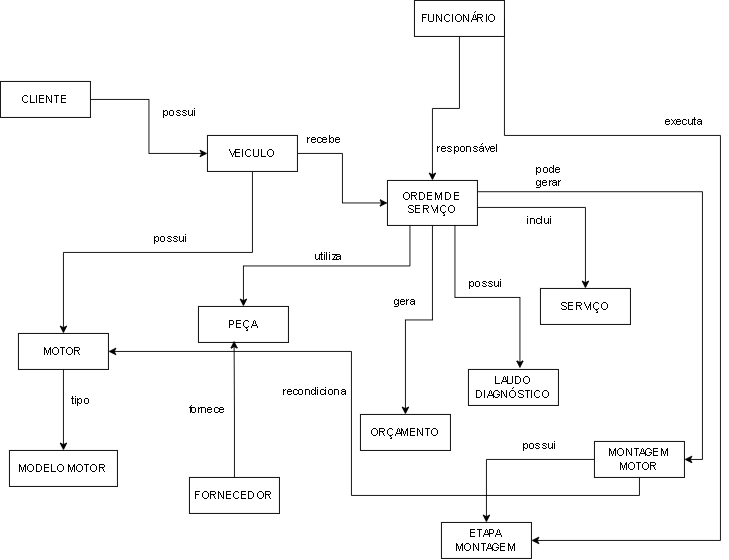
Earlier version of the draw.io export docs/database/diagrams/01-diagrama-simples.png (Tittozo/Project-FeioDiesel). Source tidied: cells renumbered, new cells last; positions are measured from the earlier drawing's top-left corner, leaving out a move shared by most shapes. The source it was exported from:
```xml
<mxGraphModel>
  <root>
    <mxCell id="0" />
    <mxCell id="1" parent="0" />
    <mxCell id="2" style="edgeStyle=orthogonalEdgeStyle;rounded=0;jettySize=auto;html=1;entryX=0;entryY=0.5;entryDx=0;entryDy=0;" parent="1" edge="1" source="3" target="6">
      <mxGeometry relative="1" as="geometry" />
    </mxCell>
    <mxCell id="3" value="CLIENTE" style="whiteSpace=wrap;html=1;align=center;" parent="1" vertex="1">
      <mxGeometry y="90" width="100" height="40" as="geometry" />
    </mxCell>
    <mxCell id="4" style="edgeStyle=orthogonalEdgeStyle;rounded=0;jettySize=auto;html=1;entryX=0;entryY=0.5;entryDx=0;entryDy=0;" parent="1" edge="1" source="6" target="11">
      <mxGeometry relative="1" as="geometry" />
    </mxCell>
    <mxCell id="5" style="edgeStyle=orthogonalEdgeStyle;rounded=0;jettySize=auto;html=1;exitX=0.5;exitY=1;exitDx=0;exitDy=0;entryX=0.5;entryY=0;entryDx=0;entryDy=0;" parent="1" edge="1" source="6" target="23">
      <mxGeometry relative="1" as="geometry" />
    </mxCell>
    <mxCell id="6" value="VEICULO" style="whiteSpace=wrap;html=1;align=center;" parent="1" vertex="1">
      <mxGeometry x="230" y="150" width="100" height="40" as="geometry" />
    </mxCell>
    <mxCell id="7" style="edgeStyle=orthogonalEdgeStyle;rounded=0;jettySize=auto;html=1;exitX=0.25;exitY=1;exitDx=0;exitDy=0;" parent="1" edge="1" source="11" target="16">
      <mxGeometry relative="1" as="geometry" />
    </mxCell>
    <mxCell id="8" style="edgeStyle=orthogonalEdgeStyle;rounded=0;orthogonalLoop=1;jettySize=auto;html=1;exitX=0.5;exitY=1;exitDx=0;exitDy=0;entryX=0.5;entryY=0;entryDx=0;entryDy=0;" parent="1" edge="1">
      <mxGeometry relative="1" as="geometry">
        <mxPoint x="470" y="230" as="sourcePoint" />
        <mxPoint x="650" y="320" as="targetPoint" />
      </mxGeometry>
    </mxCell>
    <mxCell id="9" style="edgeStyle=orthogonalEdgeStyle;rounded=0;jettySize=auto;html=1;exitX=0.5;exitY=1;exitDx=0;exitDy=0;entryX=0.5;entryY=0;entryDx=0;entryDy=0;" parent="1" edge="1" source="11" target="27">
      <mxGeometry relative="1" as="geometry" />
    </mxCell>
    <mxCell id="10" style="edgeStyle=orthogonalEdgeStyle;rounded=0;jettySize=auto;html=1;exitX=1;exitY=0.25;exitDx=0;exitDy=0;entryX=1;entryY=0.5;entryDx=0;entryDy=0;" parent="1" edge="1" source="11" target="34">
      <mxGeometry relative="1" as="geometry" />
    </mxCell>
    <mxCell id="11" value="ORDEM DE SERVIÇO" style="whiteSpace=wrap;html=1;align=center;" parent="1" vertex="1">
      <mxGeometry x="430" y="200" width="100" height="50" as="geometry" />
    </mxCell>
    <mxCell id="12" value="possui" style="text;html=1;whiteSpace=wrap;strokeColor=none;fillColor=none;align=center;verticalAlign=middle;rounded=0;" parent="1" vertex="1">
      <mxGeometry x="170" y="110" width="60" height="30" as="geometry" />
    </mxCell>
    <mxCell id="13" value="recebe" style="text;html=1;whiteSpace=wrap;strokeColor=none;fillColor=none;align=center;verticalAlign=middle;rounded=0;" parent="1" vertex="1">
      <mxGeometry x="330" y="140" width="60" height="30" as="geometry" />
    </mxCell>
    <mxCell id="14" value="SERVIÇO" style="whiteSpace=wrap;html=1;align=center;" parent="1" vertex="1">
      <mxGeometry x="600" y="320" width="100" height="40" as="geometry" />
    </mxCell>
    <mxCell id="15" value="inclui" style="text;html=1;whiteSpace=wrap;strokeColor=none;fillColor=none;align=center;verticalAlign=middle;rounded=0;" parent="1" vertex="1">
      <mxGeometry x="570" y="230" width="60" height="30" as="geometry" />
    </mxCell>
    <mxCell id="16" value="PEÇA" style="whiteSpace=wrap;html=1;align=center;" parent="1" vertex="1">
      <mxGeometry x="220" y="340" width="100" height="40" as="geometry" />
    </mxCell>
    <mxCell id="17" value="utiliza" style="text;html=1;whiteSpace=wrap;strokeColor=none;fillColor=none;align=center;verticalAlign=middle;rounded=0;" parent="1" vertex="1">
      <mxGeometry x="335" y="270" width="60" height="30" as="geometry" />
    </mxCell>
    <mxCell id="18" style="edgeStyle=orthogonalEdgeStyle;rounded=0;jettySize=auto;html=1;exitX=0.5;exitY=1;exitDx=0;exitDy=0;entryX=0.5;entryY=0;entryDx=0;entryDy=0;" parent="1" edge="1" source="20" target="11">
      <mxGeometry relative="1" as="geometry" />
    </mxCell>
    <mxCell id="19" style="edgeStyle=orthogonalEdgeStyle;rounded=0;jettySize=auto;html=1;exitX=1;exitY=0.5;exitDx=0;exitDy=0;entryX=1;entryY=0.5;entryDx=0;entryDy=0;" parent="1" edge="1" source="20" target="35">
      <mxGeometry relative="1" as="geometry">
        <Array as="points">
          <mxPoint x="560" y="150" />
          <mxPoint x="800" y="150" />
          <mxPoint x="800" y="600" />
        </Array>
      </mxGeometry>
    </mxCell>
    <mxCell id="20" value="FUNCIONÁRIO" style="whiteSpace=wrap;html=1;align=center;" parent="1" vertex="1">
      <mxGeometry x="460" width="100" height="40" as="geometry" />
    </mxCell>
    <mxCell id="21" value="responsável" style="text;html=1;whiteSpace=wrap;strokeColor=none;fillColor=none;align=center;verticalAlign=middle;rounded=0;" parent="1" vertex="1">
      <mxGeometry x="490" y="150" width="60" height="30" as="geometry" />
    </mxCell>
    <mxCell id="22" style="edgeStyle=orthogonalEdgeStyle;rounded=0;jettySize=auto;html=1;exitX=0.5;exitY=1;exitDx=0;exitDy=0;entryX=0.5;entryY=0;entryDx=0;entryDy=0;" parent="1" edge="1" source="23" target="25">
      <mxGeometry relative="1" as="geometry" />
    </mxCell>
    <mxCell id="23" value="MOTOR" style="whiteSpace=wrap;html=1;align=center;" parent="1" vertex="1">
      <mxGeometry x="20" y="370" width="100" height="40" as="geometry" />
    </mxCell>
    <mxCell id="24" value="possui" style="text;html=1;whiteSpace=wrap;strokeColor=none;fillColor=none;align=center;verticalAlign=middle;rounded=0;" parent="1" vertex="1">
      <mxGeometry x="160" y="250" width="60" height="30" as="geometry" />
    </mxCell>
    <mxCell id="25" value="MODELO MOTOR" style="whiteSpace=wrap;html=1;align=center;" parent="1" vertex="1">
      <mxGeometry x="10" y="500" width="120" height="40" as="geometry" />
    </mxCell>
    <mxCell id="26" value="tipo" style="text;html=1;whiteSpace=wrap;strokeColor=none;fillColor=none;align=center;verticalAlign=middle;rounded=0;" parent="1" vertex="1">
      <mxGeometry x="60" y="430" width="60" height="30" as="geometry" />
    </mxCell>
    <mxCell id="27" value="ORÇAMENTO" style="whiteSpace=wrap;html=1;align=center;" parent="1" vertex="1">
      <mxGeometry x="400" y="460" width="100" height="40" as="geometry" />
    </mxCell>
    <mxCell id="28" value="gera" style="text;html=1;whiteSpace=wrap;strokeColor=none;fillColor=none;align=center;verticalAlign=middle;rounded=0;" parent="1" vertex="1">
      <mxGeometry x="420" y="320" width="60" height="30" as="geometry" />
    </mxCell>
    <mxCell id="29" value="LAUDO&lt;div&gt;DIAGNÓSTICO&lt;/div&gt;" style="whiteSpace=wrap;html=1;align=center;" parent="1" vertex="1">
      <mxGeometry x="520" y="410" width="100" height="40" as="geometry" />
    </mxCell>
    <mxCell id="30" style="edgeStyle=orthogonalEdgeStyle;rounded=0;jettySize=auto;html=1;exitX=0.75;exitY=1;exitDx=0;exitDy=0;entryX=0.572;entryY=-0.035;entryDx=0;entryDy=0;entryPerimeter=0;" parent="1" edge="1" source="11" target="29">
      <mxGeometry relative="1" as="geometry" />
    </mxCell>
    <mxCell id="31" value="possui" style="text;html=1;whiteSpace=wrap;strokeColor=none;fillColor=none;align=center;verticalAlign=middle;rounded=0;" parent="1" vertex="1">
      <mxGeometry x="510" y="300" width="60" height="30" as="geometry" />
    </mxCell>
    <mxCell id="32" style="edgeStyle=orthogonalEdgeStyle;rounded=0;jettySize=auto;html=1;exitX=0;exitY=0.5;exitDx=0;exitDy=0;entryX=0.5;entryY=0;entryDx=0;entryDy=0;" parent="1" edge="1" source="34" target="35">
      <mxGeometry relative="1" as="geometry" />
    </mxCell>
    <mxCell id="33" style="edgeStyle=orthogonalEdgeStyle;rounded=0;jettySize=auto;html=1;exitX=0.5;exitY=1;exitDx=0;exitDy=0;entryX=1;entryY=0.5;entryDx=0;entryDy=0;" parent="1" edge="1" source="34" target="23">
      <mxGeometry relative="1" as="geometry" />
    </mxCell>
    <mxCell id="34" value="MONTAGEM&lt;div&gt;MOTOR&lt;/div&gt;" style="whiteSpace=wrap;html=1;align=center;" parent="1" vertex="1">
      <mxGeometry x="660" y="490" width="100" height="40" as="geometry" />
    </mxCell>
    <mxCell id="35" value="ETAPA&lt;div&gt;MONTAGEM&lt;/div&gt;" style="whiteSpace=wrap;html=1;align=center;" parent="1" vertex="1">
      <mxGeometry x="490" y="580" width="100" height="40" as="geometry" />
    </mxCell>
    <mxCell id="36" value="pode gerar" style="text;html=1;whiteSpace=wrap;strokeColor=none;fillColor=none;align=center;verticalAlign=middle;rounded=0;" parent="1" vertex="1">
      <mxGeometry x="580" y="180" width="60" height="30" as="geometry" />
    </mxCell>
    <mxCell id="37" value="possui" style="text;html=1;whiteSpace=wrap;strokeColor=none;fillColor=none;align=center;verticalAlign=middle;rounded=0;" parent="1" vertex="1">
      <mxGeometry x="570" y="480" width="60" height="30" as="geometry" />
    </mxCell>
    <mxCell id="38" value="FORNECEDOR" style="whiteSpace=wrap;html=1;align=center;" parent="1" vertex="1">
      <mxGeometry x="210" y="530" width="100" height="40" as="geometry" />
    </mxCell>
    <mxCell id="39" style="edgeStyle=orthogonalEdgeStyle;rounded=0;jettySize=auto;html=1;exitX=0.5;exitY=0;exitDx=0;exitDy=0;entryX=0.396;entryY=0.955;entryDx=0;entryDy=0;entryPerimeter=0;" parent="1" edge="1" source="38" target="16">
      <mxGeometry relative="1" as="geometry" />
    </mxCell>
    <mxCell id="40" value="fornece" style="text;html=1;whiteSpace=wrap;strokeColor=none;fillColor=none;align=center;verticalAlign=middle;rounded=0;" parent="1" vertex="1">
      <mxGeometry x="200" y="440" width="60" height="30" as="geometry" />
    </mxCell>
    <mxCell id="41" value="executa" style="text;html=1;whiteSpace=wrap;strokeColor=none;fillColor=none;align=center;verticalAlign=middle;rounded=0;" parent="1" vertex="1">
      <mxGeometry x="730" y="120" width="60" height="30" as="geometry" />
    </mxCell>
    <mxCell id="42" value="recondiciona" style="text;html=1;whiteSpace=wrap;strokeColor=none;fillColor=none;align=center;verticalAlign=middle;rounded=0;" parent="1" vertex="1">
      <mxGeometry x="320" y="420" width="60" height="30" as="geometry" />
    </mxCell>
  </root>
</mxGraphModel>
```
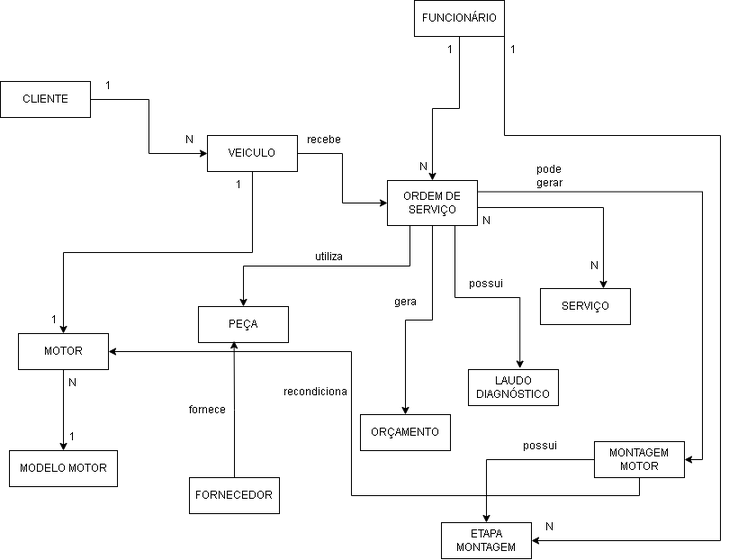
The same file after the commit.

The edit, as a diff of the source:
```diff
@@ -22,8 +22,8 @@
     </mxCell>
     <mxCell id="8" style="edgeStyle=orthogonalEdgeStyle;rounded=0;orthogonalLoop=1;jettySize=auto;html=1;exitX=0.5;exitY=1;exitDx=0;exitDy=0;entryX=0.5;entryY=0;entryDx=0;entryDy=0;" parent="1" edge="1">
       <mxGeometry relative="1" as="geometry">
-        <mxPoint x="470" y="230" as="sourcePoint" />
-        <mxPoint x="650" y="320" as="targetPoint" />
+        <mxPoint x="490" y="230" as="sourcePoint" />
+        <mxPoint x="670" y="320" as="targetPoint" />
       </mxGeometry>
     </mxCell>
     <mxCell id="9" style="edgeStyle=orthogonalEdgeStyle;rounded=0;jettySize=auto;html=1;exitX=0.5;exitY=1;exitDx=0;exitDy=0;entryX=0.5;entryY=0;entryDx=0;entryDy=0;" parent="1" edge="1" source="11" target="27">
@@ -35,18 +35,12 @@
     <mxCell id="11" value="ORDEM DE SERVIÇO" style="whiteSpace=wrap;html=1;align=center;" parent="1" vertex="1">
       <mxGeometry x="430" y="200" width="100" height="50" as="geometry" />
     </mxCell>
-    <mxCell id="12" value="possui" style="text;html=1;whiteSpace=wrap;strokeColor=none;fillColor=none;align=center;verticalAlign=middle;rounded=0;" parent="1" vertex="1">
-      <mxGeometry x="170" y="110" width="60" height="30" as="geometry" />
-    </mxCell>
     <mxCell id="13" value="recebe" style="text;html=1;whiteSpace=wrap;strokeColor=none;fillColor=none;align=center;verticalAlign=middle;rounded=0;" parent="1" vertex="1">
       <mxGeometry x="330" y="140" width="60" height="30" as="geometry" />
     </mxCell>
     <mxCell id="14" value="SERVIÇO" style="whiteSpace=wrap;html=1;align=center;" parent="1" vertex="1">
       <mxGeometry x="600" y="320" width="100" height="40" as="geometry" />
     </mxCell>
-    <mxCell id="15" value="inclui" style="text;html=1;whiteSpace=wrap;strokeColor=none;fillColor=none;align=center;verticalAlign=middle;rounded=0;" parent="1" vertex="1">
-      <mxGeometry x="570" y="230" width="60" height="30" as="geometry" />
-    </mxCell>
     <mxCell id="16" value="PEÇA" style="whiteSpace=wrap;html=1;align=center;" parent="1" vertex="1">
       <mxGeometry x="220" y="340" width="100" height="40" as="geometry" />
     </mxCell>
@@ -68,24 +62,15 @@
     <mxCell id="20" value="FUNCIONÁRIO" style="whiteSpace=wrap;html=1;align=center;" parent="1" vertex="1">
       <mxGeometry x="460" width="100" height="40" as="geometry" />
     </mxCell>
-    <mxCell id="21" value="responsável" style="text;html=1;whiteSpace=wrap;strokeColor=none;fillColor=none;align=center;verticalAlign=middle;rounded=0;" parent="1" vertex="1">
-      <mxGeometry x="490" y="150" width="60" height="30" as="geometry" />
-    </mxCell>
     <mxCell id="22" style="edgeStyle=orthogonalEdgeStyle;rounded=0;jettySize=auto;html=1;exitX=0.5;exitY=1;exitDx=0;exitDy=0;entryX=0.5;entryY=0;entryDx=0;entryDy=0;" parent="1" edge="1" source="23" target="25">
       <mxGeometry relative="1" as="geometry" />
     </mxCell>
     <mxCell id="23" value="MOTOR" style="whiteSpace=wrap;html=1;align=center;" parent="1" vertex="1">
       <mxGeometry x="20" y="370" width="100" height="40" as="geometry" />
     </mxCell>
-    <mxCell id="24" value="possui" style="text;html=1;whiteSpace=wrap;strokeColor=none;fillColor=none;align=center;verticalAlign=middle;rounded=0;" parent="1" vertex="1">
-      <mxGeometry x="160" y="250" width="60" height="30" as="geometry" />
-    </mxCell>
     <mxCell id="25" value="MODELO MOTOR" style="whiteSpace=wrap;html=1;align=center;" parent="1" vertex="1">
       <mxGeometry x="10" y="500" width="120" height="40" as="geometry" />
     </mxCell>
-    <mxCell id="26" value="tipo" style="text;html=1;whiteSpace=wrap;strokeColor=none;fillColor=none;align=center;verticalAlign=middle;rounded=0;" parent="1" vertex="1">
-      <mxGeometry x="60" y="430" width="60" height="30" as="geometry" />
-    </mxCell>
     <mxCell id="27" value="ORÇAMENTO" style="whiteSpace=wrap;html=1;align=center;" parent="1" vertex="1">
       <mxGeometry x="400" y="460" width="100" height="40" as="geometry" />
     </mxCell>
@@ -128,11 +113,44 @@
     <mxCell id="40" value="fornece" style="text;html=1;whiteSpace=wrap;strokeColor=none;fillColor=none;align=center;verticalAlign=middle;rounded=0;" parent="1" vertex="1">
       <mxGeometry x="200" y="440" width="60" height="30" as="geometry" />
     </mxCell>
-    <mxCell id="41" value="executa" style="text;html=1;whiteSpace=wrap;strokeColor=none;fillColor=none;align=center;verticalAlign=middle;rounded=0;" parent="1" vertex="1">
-      <mxGeometry x="730" y="120" width="60" height="30" as="geometry" />
-    </mxCell>
     <mxCell id="42" value="recondiciona" style="text;html=1;whiteSpace=wrap;strokeColor=none;fillColor=none;align=center;verticalAlign=middle;rounded=0;" parent="1" vertex="1">
       <mxGeometry x="320" y="420" width="60" height="30" as="geometry" />
     </mxCell>
+    <mxCell id="43" value="1" style="text;html=1;whiteSpace=wrap;strokeColor=none;fillColor=none;align=center;verticalAlign=middle;rounded=0;" parent="1" vertex="1">
+      <mxGeometry x="90" y="80" width="60" height="30" as="geometry" />
+    </mxCell>
+    <mxCell id="44" value="N" style="text;html=1;whiteSpace=wrap;strokeColor=none;fillColor=none;align=center;verticalAlign=middle;rounded=0;" parent="1" vertex="1">
+      <mxGeometry x="190" y="140" width="40" height="30" as="geometry" />
+    </mxCell>
+    <mxCell id="45" value="1" style="text;html=1;whiteSpace=wrap;strokeColor=none;fillColor=none;align=center;verticalAlign=middle;rounded=0;" parent="1" vertex="1">
+      <mxGeometry x="60" y="470" width="40" height="30" as="geometry" />
+    </mxCell>
+    <mxCell id="46" value="N" style="text;html=1;whiteSpace=wrap;strokeColor=none;fillColor=none;align=center;verticalAlign=middle;rounded=0;" parent="1" vertex="1">
+      <mxGeometry x="50" y="410" width="60" height="30" as="geometry" />
+    </mxCell>
+    <mxCell id="47" value="1" style="text;html=1;whiteSpace=wrap;strokeColor=none;fillColor=none;align=center;verticalAlign=middle;rounded=0;" parent="1" vertex="1">
+      <mxGeometry x="240" y="190" width="50" height="30" as="geometry" />
+    </mxCell>
+    <mxCell id="48" value="1" style="text;html=1;whiteSpace=wrap;strokeColor=none;fillColor=none;align=center;verticalAlign=middle;rounded=0;" parent="1" vertex="1">
+      <mxGeometry x="30" y="340" width="60" height="30" as="geometry" />
+    </mxCell>
+    <mxCell id="49" value="1" style="text;html=1;whiteSpace=wrap;strokeColor=none;fillColor=none;align=center;verticalAlign=middle;rounded=0;" parent="1" vertex="1">
+      <mxGeometry x="470" y="40" width="60" height="30" as="geometry" />
+    </mxCell>
+    <mxCell id="50" value="N" style="text;html=1;whiteSpace=wrap;strokeColor=none;fillColor=none;align=center;verticalAlign=middle;rounded=0;" parent="1" vertex="1">
+      <mxGeometry x="440" y="170" width="60" height="30" as="geometry" />
+    </mxCell>
+    <mxCell id="51" value="N" style="text;html=1;whiteSpace=wrap;strokeColor=none;fillColor=none;align=center;verticalAlign=middle;rounded=0;" parent="1" vertex="1">
+      <mxGeometry x="515" y="230" width="50" height="30" as="geometry" />
+    </mxCell>
+    <mxCell id="52" value="N" style="text;html=1;whiteSpace=wrap;strokeColor=none;fillColor=none;align=center;verticalAlign=middle;rounded=0;" parent="1" vertex="1">
+      <mxGeometry x="630" y="280" width="60" height="30" as="geometry" />
+    </mxCell>
+    <mxCell id="53" value="1" style="text;html=1;whiteSpace=wrap;strokeColor=none;fillColor=none;align=center;verticalAlign=middle;rounded=0;" parent="1" vertex="1">
+      <mxGeometry x="540" y="40" width="60" height="30" as="geometry" />
+    </mxCell>
+    <mxCell id="54" value="N" style="text;html=1;whiteSpace=wrap;strokeColor=none;fillColor=none;align=center;verticalAlign=middle;rounded=0;" parent="1" vertex="1">
+      <mxGeometry x="580" y="570" width="60" height="30" as="geometry" />
+    </mxCell>
   </root>
 </mxGraphModel>
```
